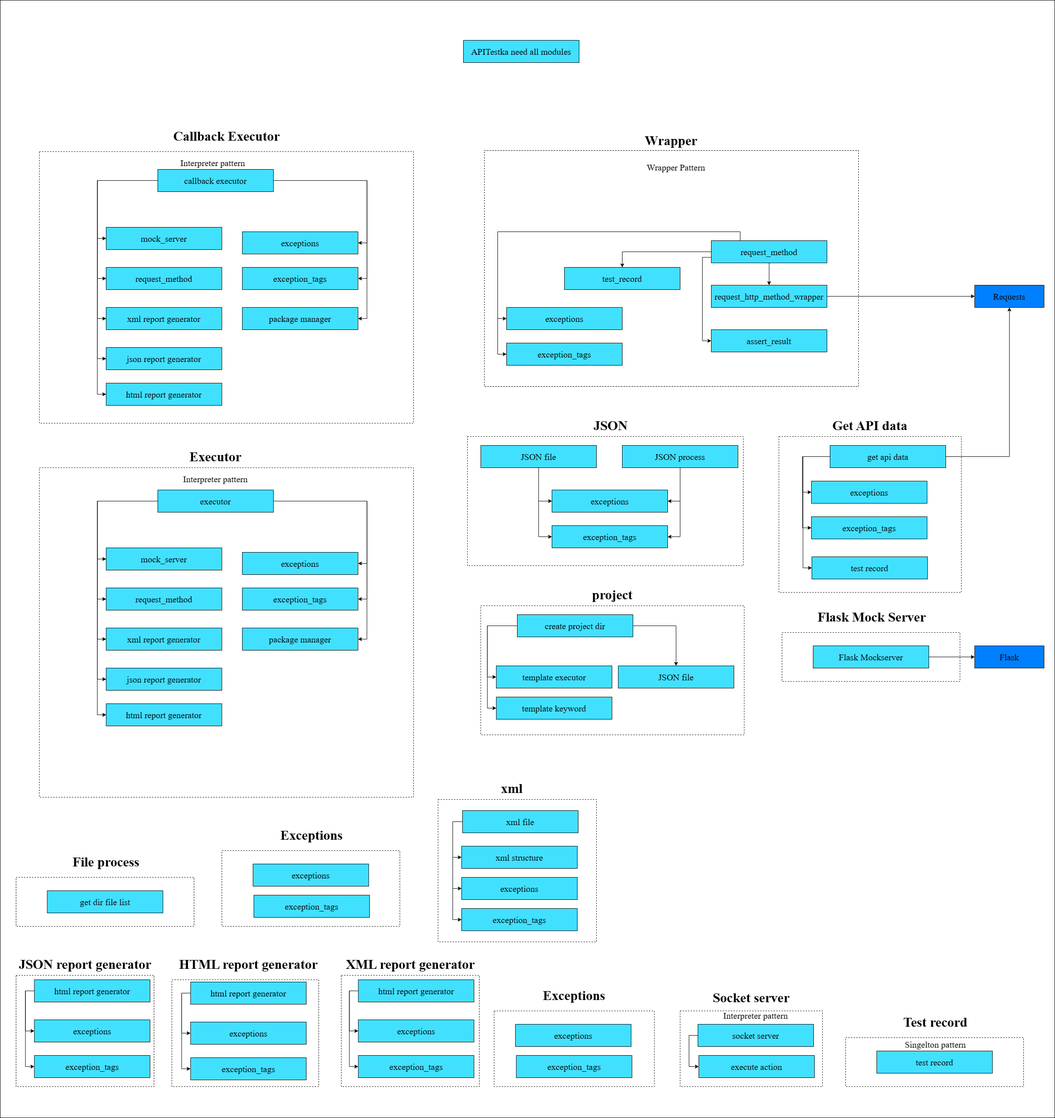
Earlier version of the draw.io export architecture_diagram/APITestka_Architecture.drawio.png (Integration-Automation/APITestka). Source tidied: cells renumbered, new cells last; positions are measured from the earlier drawing's top-left corner, leaving out a move shared by most shapes.
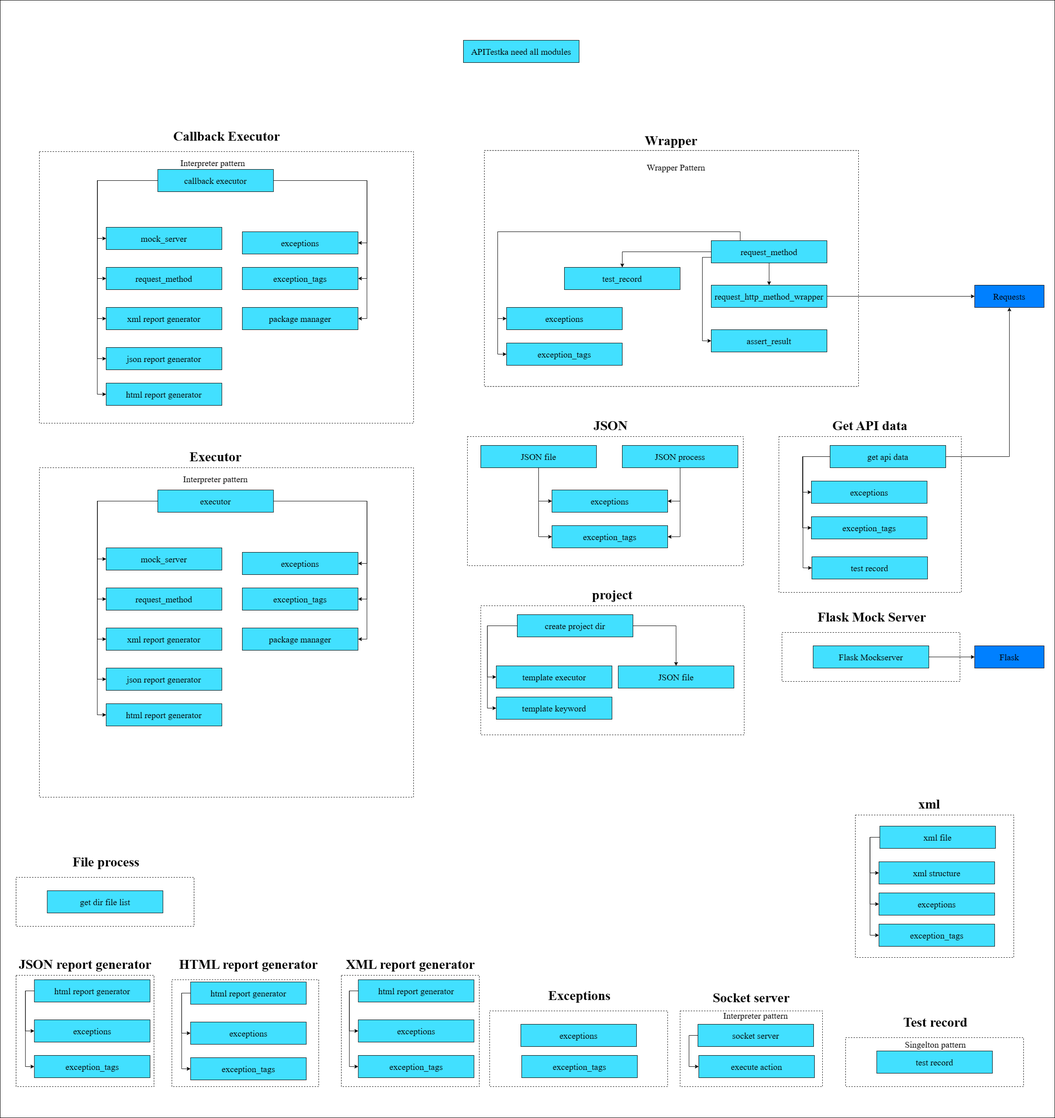
Above is the later version.

Commit message:
Fix architecture graph have two exceptions problem

Fix architecture graph have two exceptions problem
* Remove one

The edit, as a diff of the source:
```diff
@@ -318,16 +318,16 @@
       <mxGeometry x="105.6" y="1920" width="263.9" height="30" as="geometry" />
     </mxCell>
     <mxCell id="107" style="rounded=0;whiteSpace=wrap;html=1;dashed=1;" parent="1" vertex="1">
-      <mxGeometry x="498.1" y="1910" width="400" height="170" as="geometry" />
+      <mxGeometry x="1100" y="2270" width="400" height="170" as="geometry" />
     </mxCell>
     <mxCell id="108" value="exceptions" style="rounded=0;whiteSpace=wrap;html=1;fillColor=#42E0FF;fontFamily=Times New Roman;fontSize=20;" parent="1" vertex="1">
-      <mxGeometry x="568.1" y="1940" width="260" height="50" as="geometry" />
+      <mxGeometry x="1170" y="2300" width="260" height="50" as="geometry" />
     </mxCell>
     <mxCell id="109" value="Exceptions" style="text;html=1;strokeColor=none;fillColor=none;align=center;verticalAlign=middle;whiteSpace=wrap;rounded=0;fontSize=30;fontFamily=Times New Roman;fontStyle=1;" parent="1" vertex="1">
-      <mxGeometry x="568.1" y="1860" width="263.9" height="30" as="geometry" />
+      <mxGeometry x="1170" y="2220" width="263.9" height="30" as="geometry" />
     </mxCell>
     <mxCell id="110" value="exception_tags" style="rounded=0;whiteSpace=wrap;html=1;fillColor=#42E0FF;fontFamily=Times New Roman;fontSize=20;" parent="1" vertex="1">
-      <mxGeometry x="570.1" y="2010" width="260" height="50" as="geometry" />
+      <mxGeometry x="1171.9" y="2370" width="260" height="50" as="geometry" />
     </mxCell>
     <mxCell id="111" style="rounded=0;whiteSpace=wrap;html=1;dashed=1;" parent="1" vertex="1">
       <mxGeometry x="1080" y="1360" width="592" height="290" as="geometry" />
@@ -356,18 +356,6 @@
     <mxCell id="119" value="JSON file" style="rounded=0;whiteSpace=wrap;html=1;fillColor=#42E0FF;fontFamily=Times New Roman;fontSize=20;" parent="1" vertex="1">
       <mxGeometry x="1388.9" y="1495" width="260" height="50" as="geometry" />
     </mxCell>
-    <mxCell id="120" style="rounded=0;whiteSpace=wrap;html=1;dashed=1;" parent="1" vertex="1">
-      <mxGeometry x="1110" y="2270" width="360" height="170" as="geometry" />
-    </mxCell>
-    <mxCell id="121" value="exceptions" style="rounded=0;whiteSpace=wrap;html=1;fillColor=#42E0FF;fontFamily=Times New Roman;fontSize=20;" parent="1" vertex="1">
-      <mxGeometry x="1157.9" y="2300" width="260" height="50" as="geometry" />
-    </mxCell>
-    <mxCell id="122" value="Exceptions" style="text;html=1;strokeColor=none;fillColor=none;align=center;verticalAlign=middle;whiteSpace=wrap;rounded=0;fontSize=30;fontFamily=Times New Roman;fontStyle=1;" parent="1" vertex="1">
-      <mxGeometry x="1157.9" y="2220" width="263.9" height="30" as="geometry" />
-    </mxCell>
-    <mxCell id="123" value="exception_tags" style="rounded=0;whiteSpace=wrap;html=1;fillColor=#42E0FF;fontFamily=Times New Roman;fontSize=20;" parent="1" vertex="1">
-      <mxGeometry x="1159.8" y="2370" width="260" height="50" as="geometry" />
-    </mxCell>
     <mxCell id="124" style="rounded=0;whiteSpace=wrap;html=1;dashed=1;" parent="1" vertex="1">
       <mxGeometry x="1528" y="2270" width="320" height="170" as="geometry" />
     </mxCell>
@@ -393,10 +381,10 @@
       <mxGeometry x="1969.9" y="2280" width="263.9" height="30" as="geometry" />
     </mxCell>
     <mxCell id="132" style="rounded=0;whiteSpace=wrap;html=1;dashed=1;" parent="1" vertex="1">
-      <mxGeometry x="984" y="1795" width="356" height="320" as="geometry" />
+      <mxGeometry x="1921.9" y="1830" width="356" height="320" as="geometry" />
     </mxCell>
     <mxCell id="133" value="xml" style="text;html=1;strokeColor=none;fillColor=none;align=center;verticalAlign=middle;whiteSpace=wrap;rounded=0;fontSize=30;fontFamily=Times New Roman;fontStyle=1;" parent="1" vertex="1">
-      <mxGeometry x="1017.7" y="1755" width="263.9" height="30" as="geometry" />
+      <mxGeometry x="1955.5" y="1790" width="263.9" height="30" as="geometry" />
     </mxCell>
     <mxCell id="134" style="edgeStyle=orthogonalEdgeStyle;rounded=0;jettySize=auto;html=1;exitX=0;exitY=0.5;exitDx=0;exitDy=0;entryX=0;entryY=0.5;entryDx=0;entryDy=0;" parent="1" edge="1" source="137" target="138">
       <mxGeometry relative="1" as="geometry" />
@@ -408,16 +396,16 @@
       <mxGeometry relative="1" as="geometry" />
     </mxCell>
     <mxCell id="137" value="xml file" style="rounded=0;whiteSpace=wrap;html=1;fillColor=#42E0FF;fontFamily=Times New Roman;fontSize=20;" parent="1" vertex="1">
-      <mxGeometry x="1038.9" y="1820" width="260" height="50" as="geometry" />
+      <mxGeometry x="1976.8" y="1855" width="260" height="50" as="geometry" />
     </mxCell>
     <mxCell id="138" value="xml structure" style="rounded=0;whiteSpace=wrap;html=1;fillColor=#42E0FF;fontFamily=Times New Roman;fontSize=20;" parent="1" vertex="1">
-      <mxGeometry x="1037" y="1900" width="260" height="50" as="geometry" />
+      <mxGeometry x="1974.9" y="1935" width="260" height="50" as="geometry" />
     </mxCell>
     <mxCell id="139" value="exceptions" style="rounded=0;whiteSpace=wrap;html=1;fillColor=#42E0FF;fontFamily=Times New Roman;fontSize=20;" parent="1" vertex="1">
-      <mxGeometry x="1037" y="1970" width="260" height="50" as="geometry" />
+      <mxGeometry x="1974.9" y="2005" width="260" height="50" as="geometry" />
     </mxCell>
     <mxCell id="140" value="exception_tags" style="rounded=0;whiteSpace=wrap;html=1;fillColor=#42E0FF;fontFamily=Times New Roman;fontSize=20;" parent="1" vertex="1">
-      <mxGeometry x="1037" y="2040" width="260" height="50" as="geometry" />
+      <mxGeometry x="1974.9" y="2075" width="260" height="50" as="geometry" />
     </mxCell>
     <mxCell id="141" value="Interpreter pattern" style="text;html=1;strokeColor=none;fillColor=none;align=center;verticalAlign=middle;whiteSpace=wrap;rounded=0;fontSize=20;fontFamily=Times New Roman;" parent="1" vertex="1">
       <mxGeometry x="394.1" y="1060" width="180" height="30" as="geometry" />
```
